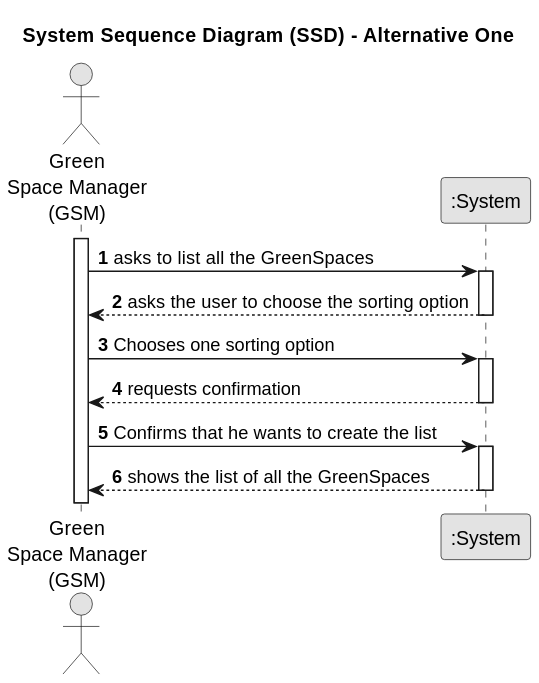
diogoveirospro/lei-24-s2-1dg-g072 keeps this PlantUML diagram as docs/sprintC/us027/01.requirements-engineering/svg/us027-system-sequence-diagram-alternative-one.svg. Above is the earlier version.
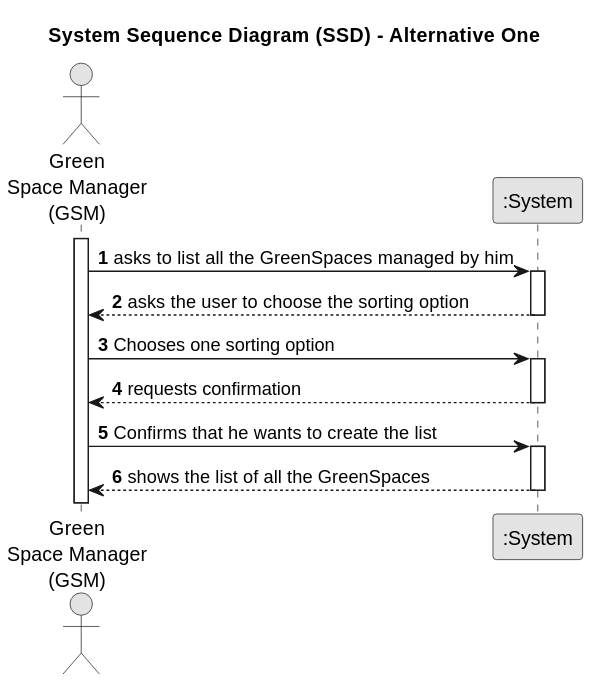
After the commit.

The edit, as a diff of the source:
```diff
@@ -12,7 +12,7 @@
 
 activate Employee
 
-    Employee -> System : asks to list all the GreenSpaces
+    Employee -> System : asks to list all the GreenSpaces managed by him
     activate System
 
         System --> Employee : asks the user to choose the sorting option
```
